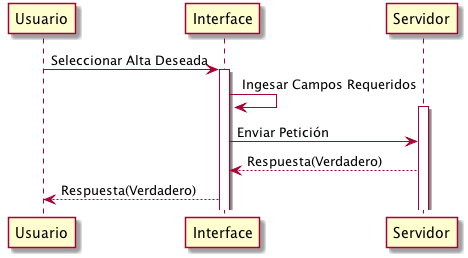
Earlier version of the PlantUML export Proyecto/diagramaSecuenciaAlta.png (axgtz/AyM-de-Sistemas-de-Software). The source it was exported from:
```plantuml
@startuml
participant Usuario

Usuario -> Interface: Seleccionar Alta Deseada
activate Interface

Interface -> Interface: Ingesar Campos Requeridos
activate Servidor

Interface -> Servidor: Enviar Petición

Servidor --> Interface: Respuesta(Verdadero)

Interface --> Usuario: Respuesta(Verdadero)
@enduml
```
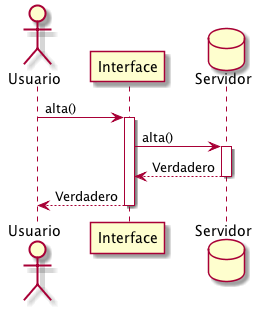
Above is the later version.

The edit, as a diff of the source:
```diff
@@ -1,15 +1,15 @@
 @startuml
-participant Usuario
+actor Usuario
 
-Usuario -> Interface: Seleccionar Alta Deseada
+Usuario -> Interface: alta()
 activate Interface
-
-Interface -> Interface: Ingesar Campos Requeridos
+database Servidor
+Interface -> Servidor: alta()
 activate Servidor
 
-Interface -> Servidor: Enviar Petición
+Servidor --> Interface: Verdadero
+deactivate Servidor
+Interface --> Usuario: Verdadero
+deactivate Interface
 
-Servidor --> Interface: Respuesta(Verdadero)
-
-Interface --> Usuario: Respuesta(Verdadero)
 @enduml
```
